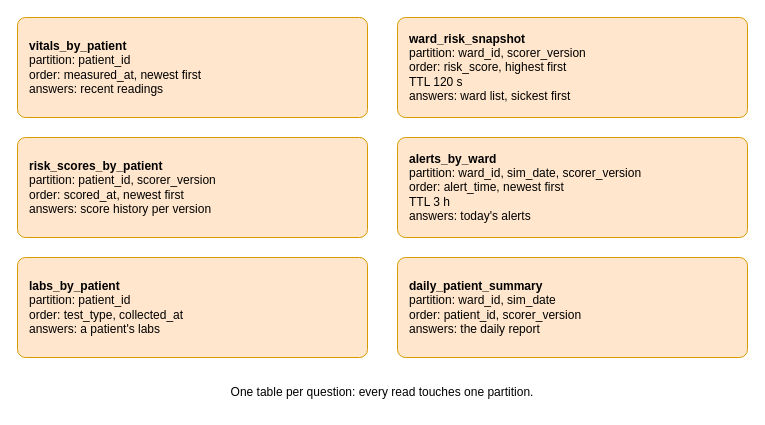
Above: docs/diagrams/D5-cassandra-tables.drawio in Ashfaq-Riyaldeen/hospital-vitals-kappa (draw.io), before the change. Source tidied: cells renumbered, new cells numbered last; positions are measured from the earlier drawing's top-left corner, leaving out a move shared by most shapes. Both pictures are drawn from the tidied source at 100%, with x=0, y=0 at pixel (17, 17).
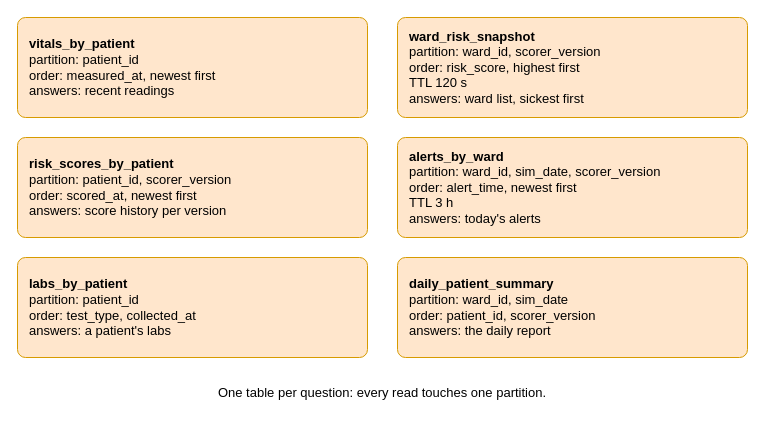
Above is the later version.

The edit, as a diff of the source:
```diff
@@
 <mxGraphModel>
   <root>
     <mxCell id="0" />
     <mxCell id="1" parent="0" />
-    <mxCell id="2" value="&lt;b&gt;vitals_by_patient&lt;/b&gt;&lt;br&gt;partition: patient_id&lt;br&gt;order: measured_at, newest first&lt;br&gt;answers: recent readings" style="whiteSpace=wrap;html=1;rounded=1;arcSize=8;fontFamily=Helvetica;fontSize=12;fillColor=#ffe6cc;strokeColor=#d79b00;align=left;spacingLeft=10;" parent="1" vertex="1">
+    <mxCell id="2" value="&lt;b&gt;vitals_by_patient&lt;/b&gt;&lt;br&gt;partition: patient_id&lt;br&gt;order: measured_at, newest first&lt;br&gt;answers: recent readings" style="whiteSpace=wrap;html=1;rounded=1;arcSize=8;fontFamily=Helvetica;fontSize=13;fillColor=#ffe6cc;strokeColor=#d79b00;align=left;spacingLeft=10;" parent="1" vertex="1">
       <mxGeometry width="350" height="100" as="geometry" />
     </mxCell>
-    <mxCell id="3" value="&lt;b&gt;ward_risk_snapshot&lt;/b&gt;&lt;br&gt;partition: ward_id, scorer_version&lt;br&gt;order: risk_score, highest first&lt;br&gt;TTL 120 s&lt;br&gt;answers: ward list, sickest first" style="whiteSpace=wrap;html=1;rounded=1;arcSize=8;fontFamily=Helvetica;fontSize=12;fillColor=#ffe6cc;strokeColor=#d79b00;align=left;spacingLeft=10;" parent="1" vertex="1">
+    <mxCell id="3" value="&lt;b&gt;ward_risk_snapshot&lt;/b&gt;&lt;br&gt;partition: ward_id, scorer_version&lt;br&gt;order: risk_score, highest first&lt;br&gt;TTL 120 s&lt;br&gt;answers: ward list, sickest first" style="whiteSpace=wrap;html=1;rounded=1;arcSize=8;fontFamily=Helvetica;fontSize=13;fillColor=#ffe6cc;strokeColor=#d79b00;align=left;spacingLeft=10;" parent="1" vertex="1">
       <mxGeometry x="380" width="350" height="100" as="geometry" />
     </mxCell>
-    <mxCell id="4" value="&lt;b&gt;risk_scores_by_patient&lt;/b&gt;&lt;br&gt;partition: patient_id, scorer_version&lt;br&gt;order: scored_at, newest first&lt;br&gt;answers: score history per version" style="whiteSpace=wrap;html=1;rounded=1;arcSize=8;fontFamily=Helvetica;fontSize=12;fillColor=#ffe6cc;strokeColor=#d79b00;align=left;spacingLeft=10;" parent="1" vertex="1">
+    <mxCell id="4" value="&lt;b&gt;risk_scores_by_patient&lt;/b&gt;&lt;br&gt;partition: patient_id, scorer_version&lt;br&gt;order: scored_at, newest first&lt;br&gt;answers: score history per version" style="whiteSpace=wrap;html=1;rounded=1;arcSize=8;fontFamily=Helvetica;fontSize=13;fillColor=#ffe6cc;strokeColor=#d79b00;align=left;spacingLeft=10;" parent="1" vertex="1">
       <mxGeometry y="120" width="350" height="100" as="geometry" />
     </mxCell>
-    <mxCell id="5" value="&lt;b&gt;alerts_by_ward&lt;/b&gt;&lt;br&gt;partition: ward_id, sim_date, scorer_version&lt;br&gt;order: alert_time, newest first&lt;br&gt;TTL 3 h&lt;br&gt;answers: today's alerts" style="whiteSpace=wrap;html=1;rounded=1;arcSize=8;fontFamily=Helvetica;fontSize=12;fillColor=#ffe6cc;strokeColor=#d79b00;align=left;spacingLeft=10;" parent="1" vertex="1">
+    <mxCell id="5" value="&lt;b&gt;alerts_by_ward&lt;/b&gt;&lt;br&gt;partition: ward_id, sim_date, scorer_version&lt;br&gt;order: alert_time, newest first&lt;br&gt;TTL 3 h&lt;br&gt;answers: today's alerts" style="whiteSpace=wrap;html=1;rounded=1;arcSize=8;fontFamily=Helvetica;fontSize=13;fillColor=#ffe6cc;strokeColor=#d79b00;align=left;spacingLeft=10;" parent="1" vertex="1">
       <mxGeometry x="380" y="120" width="350" height="100" as="geometry" />
     </mxCell>
-    <mxCell id="6" value="&lt;b&gt;labs_by_patient&lt;/b&gt;&lt;br&gt;partition: patient_id&lt;br&gt;order: test_type, collected_at&lt;br&gt;answers: a patient's labs" style="whiteSpace=wrap;html=1;rounded=1;arcSize=8;fontFamily=Helvetica;fontSize=12;fillColor=#ffe6cc;strokeColor=#d79b00;align=left;spacingLeft=10;" parent="1" vertex="1">
+    <mxCell id="6" value="&lt;b&gt;labs_by_patient&lt;/b&gt;&lt;br&gt;partition: patient_id&lt;br&gt;order: test_type, collected_at&lt;br&gt;answers: a patient's labs" style="whiteSpace=wrap;html=1;rounded=1;arcSize=8;fontFamily=Helvetica;fontSize=13;fillColor=#ffe6cc;strokeColor=#d79b00;align=left;spacingLeft=10;" parent="1" vertex="1">
       <mxGeometry y="240" width="350" height="100" as="geometry" />
     </mxCell>
-    <mxCell id="7" value="&lt;b&gt;daily_patient_summary&lt;/b&gt;&lt;br&gt;partition: ward_id, sim_date&lt;br&gt;order: patient_id, scorer_version&lt;br&gt;answers: the daily report" style="whiteSpace=wrap;html=1;rounded=1;arcSize=8;fontFamily=Helvetica;fontSize=12;fillColor=#ffe6cc;strokeColor=#d79b00;align=left;spacingLeft=10;" parent="1" vertex="1">
+    <mxCell id="7" value="&lt;b&gt;daily_patient_summary&lt;/b&gt;&lt;br&gt;partition: ward_id, sim_date&lt;br&gt;order: patient_id, scorer_version&lt;br&gt;answers: the daily report" style="whiteSpace=wrap;html=1;rounded=1;arcSize=8;fontFamily=Helvetica;fontSize=13;fillColor=#ffe6cc;strokeColor=#d79b00;align=left;spacingLeft=10;" parent="1" vertex="1">
       <mxGeometry x="380" y="240" width="350" height="100" as="geometry" />
     </mxCell>
-    <mxCell id="8" value="One table per question: every read touches one partition." style="text;html=1;align=center;verticalAlign=middle;whiteSpace=wrap;fontFamily=Helvetica;fontSize=12;" parent="1" vertex="1">
+    <mxCell id="8" value="One table per question: every read touches one partition." style="text;html=1;align=center;verticalAlign=middle;whiteSpace=wrap;fontFamily=Helvetica;fontSize=13;" parent="1" vertex="1">
       <mxGeometry y="360" width="730" height="30" as="geometry" />
     </mxCell>
   </root>
 </mxGraphModel>
```
